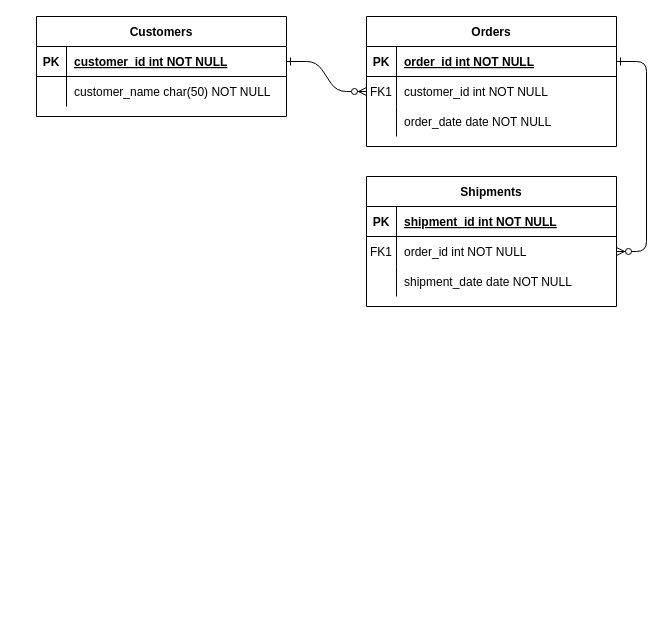
This is Untitled Diagram.drawio from apc518/penguinboys, a draw.io file, before an edit. Source tidied: cells renumbered, new cells numbered last; positions are measured from the earlier drawing's top-left corner, leaving out a move shared by most shapes. Both pictures are drawn from the tidied source at 100%, with x=0, y=0 at pixel (36, 16).
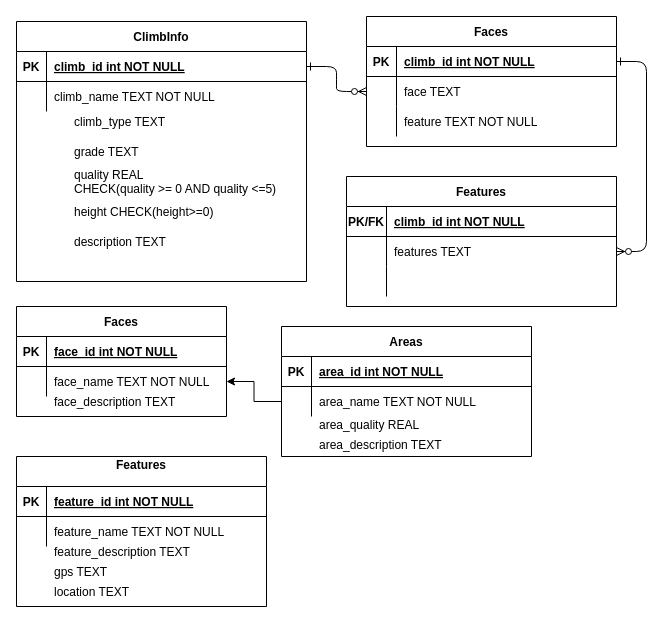
The same diagram, later.

The change refers to these unchanged cells:
```xml
<mxCell id="8" style="shape=partialRectangle;fillColor=none;points=[[0,0.5],[1,0.5]];portConstraint=eastwest;top=0;left=0;right=0;bottom=0;" parent="4" vertex="1">
  <mxGeometry y="60" width="250" height="30" as="geometry" />
</mxCell>
<mxCell id="11" style="shape=partialRectangle;fillColor=none;top=0;left=0;right=0;bottom=0;" parent="4" vertex="1">
  <mxGeometry y="90" width="250" height="30" as="geometry" />
</mxCell>
```

The edit, as a diff of the source:
```diff
@@
-    <mxCell id="4" value="Orders" style="shape=table;startSize=30;childLayout=tableLayout;rowLines=0;fontStyle=1;align=center;" parent="1" vertex="1">
+    <mxCell id="4" value="Faces" style="shape=table;startSize=30;childLayout=tableLayout;rowLines=0;fontStyle=1;align=center;fontColor=default;" parent="1" vertex="1">
       <mxGeometry x="330" width="250" height="130" as="geometry" />
     </mxCell>
-    <mxCell id="5" style="shape=partialRectangle;fillColor=none;points=[[0,0.5],[1,0.5]];portConstraint=eastwest;top=0;left=0;right=0;bottom=1;" parent="4" vertex="1">
+    <mxCell id="5" style="shape=partialRectangle;fillColor=none;points=[[0,0.5],[1,0.5]];portConstraint=eastwest;top=0;left=0;right=0;bottom=1;fontColor=default;" parent="4" vertex="1">
       <mxGeometry y="30" width="250" height="30" as="geometry" />
     </mxCell>
-    <mxCell id="6" value="PK" style="shape=partialRectangle;overflow=hidden;fillColor=none;top=0;left=0;bottom=0;right=0;fontStyle=1;" parent="5" vertex="1">
+    <mxCell id="6" value="PK" style="shape=partialRectangle;overflow=hidden;fillColor=none;top=0;left=0;bottom=0;right=0;fontStyle=1;strokeColor=default;fontColor=default;" parent="5" vertex="1">
       <mxGeometry width="30" height="30" as="geometry" />
     </mxCell>
-    <mxCell id="7" value="order_id int NOT NULL " style="shape=partialRectangle;overflow=hidden;fillColor=none;top=0;left=0;bottom=0;right=0;align=left;spacingLeft=6;fontStyle=5;" parent="5" vertex="1">
+    <mxCell id="7" value="climb_id int NOT NULL " style="shape=partialRectangle;overflow=hidden;fillColor=none;top=0;left=0;bottom=0;right=0;align=left;spacingLeft=6;fontStyle=5;fontColor=default;" parent="5" vertex="1">
       <mxGeometry x="30" width="220" height="30" as="geometry" />
     </mxCell>
@@
-    <mxCell id="9" value="FK1" style="shape=partialRectangle;overflow=hidden;fillColor=none;top=0;left=0;bottom=0;right=0;" parent="8" vertex="1">
+    <mxCell id="9" style="shape=partialRectangle;overflow=hidden;fillColor=none;top=0;left=0;bottom=0;right=0;strokeColor=default;fontColor=default;" parent="8" vertex="1">
       <mxGeometry width="30" height="30" as="geometry" />
     </mxCell>
-    <mxCell id="10" value="customer_id int NOT NULL" style="shape=partialRectangle;overflow=hidden;fillColor=none;top=0;left=0;bottom=0;right=0;align=left;spacingLeft=6;" parent="8" vertex="1">
+    <mxCell id="10" value="face TEXT" style="shape=partialRectangle;overflow=hidden;fillColor=none;top=0;left=0;bottom=0;right=0;align=left;spacingLeft=6;fontColor=default;" parent="8" vertex="1">
       <mxGeometry x="30" width="220" height="30" as="geometry" />
     </mxCell>
@@
-    <mxCell id="13" value="order_date date NOT NULL" style="shape=partialRectangle;overflow=hidden;fillColor=none;top=0;left=0;bottom=0;right=0;align=left;spacingLeft=6;" parent="11" vertex="1">
+    <mxCell id="13" value="feature TEXT NOT NULL" style="shape=partialRectangle;overflow=hidden;fillColor=none;top=0;left=0;bottom=0;right=0;align=left;spacingLeft=6;strokeColor=default;fontColor=default;" parent="11" vertex="1">
       <mxGeometry x="30" width="220" height="30" as="geometry" />
     </mxCell>
-    <mxCell id="14" value="Shipments" style="shape=table;startSize=30;childLayout=tableLayout;rowLines=0;fontStyle=1;align=center;" parent="1" vertex="1">
-      <mxGeometry x="330" y="160" width="250" height="130" as="geometry" />
+    <mxCell id="14" value="Features" style="shape=table;startSize=30;childLayout=tableLayout;rowLines=0;fontStyle=1;align=center;fontColor=default;fillColor=default;strokeColor=default;" parent="1" vertex="1">
+      <mxGeometry x="310" y="160" width="270" height="130" as="geometry" />
     </mxCell>
-    <mxCell id="15" style="shape=partialRectangle;fillColor=none;top=0;left=0;right=0;bottom=1;" parent="14" vertex="1">
-      <mxGeometry y="30" width="250" height="30" as="geometry" />
+    <mxCell id="15" style="shape=partialRectangle;fillColor=none;top=0;left=0;right=0;bottom=1;fontColor=default;" parent="14" vertex="1">
+      <mxGeometry y="30" width="270" height="30" as="geometry" />
     </mxCell>
-    <mxCell id="16" value="PK" style="shape=partialRectangle;overflow=hidden;fillColor=none;top=0;left=0;bottom=0;right=0;fontStyle=1;" parent="15" vertex="1">
-      <mxGeometry width="30" height="30" as="geometry" />
+    <mxCell id="16" value="PK/FK" style="shape=partialRectangle;overflow=hidden;fillColor=none;top=0;left=0;bottom=0;right=0;fontStyle=1;fontColor=default;" parent="15" vertex="1">
+      <mxGeometry width="40" height="30" as="geometry" />
     </mxCell>
-    <mxCell id="17" value="shipment_id int NOT NULL " style="shape=partialRectangle;overflow=hidden;fillColor=none;top=0;left=0;bottom=0;right=0;align=left;spacingLeft=6;fontStyle=5;" parent="15" vertex="1">
-      <mxGeometry x="30" width="220" height="30" as="geometry" />
+    <mxCell id="17" value="climb_id int NOT NULL " style="shape=partialRectangle;overflow=hidden;fillColor=none;top=0;left=0;bottom=0;right=0;align=left;spacingLeft=6;fontStyle=5;fontColor=default;" parent="15" vertex="1">
+      <mxGeometry x="40" width="230" height="30" as="geometry" />
     </mxCell>
     <mxCell id="18" style="shape=partialRectangle;fillColor=none;points=[[0,0.5],[1,0.5]];portConstraint=eastwest;top=0;left=0;right=0;bottom=0;" parent="14" vertex="1">
-      <mxGeometry y="60" width="250" height="30" as="geometry" />
+      <mxGeometry y="60" width="270" height="30" as="geometry" />
     </mxCell>
-    <mxCell id="19" value="FK1" style="shape=partialRectangle;overflow=hidden;fillColor=none;top=0;left=0;bottom=0;right=0;" parent="18" vertex="1">
-      <mxGeometry width="30" height="30" as="geometry" />
+    <mxCell id="19" style="shape=partialRectangle;overflow=hidden;fillColor=none;top=0;left=0;bottom=0;right=0;fontColor=default;" parent="18" vertex="1">
+      <mxGeometry width="40" height="30" as="geometry" />
     </mxCell>
-    <mxCell id="20" value="order_id int NOT NULL" style="shape=partialRectangle;overflow=hidden;fillColor=none;top=0;left=0;bottom=0;right=0;align=left;spacingLeft=6;" parent="18" vertex="1">
-      <mxGeometry x="30" width="220" height="30" as="geometry" />
+    <mxCell id="20" value="features TEXT" style="shape=partialRectangle;overflow=hidden;fillColor=none;top=0;left=0;bottom=0;right=0;align=left;spacingLeft=6;fontColor=default;" parent="18" vertex="1">
+      <mxGeometry x="40" width="230" height="30" as="geometry" />
     </mxCell>
     <mxCell id="21" style="shape=partialRectangle;fillColor=none;top=0;left=0;right=0;bottom=0;" parent="14" vertex="1">
-      <mxGeometry y="90" width="250" height="30" as="geometry" />
+      <mxGeometry y="90" width="270" height="30" as="geometry" />
     </mxCell>
     <mxCell id="22" style="shape=partialRectangle;overflow=hidden;fillColor=none;top=0;left=0;bottom=0;right=0;" parent="21" vertex="1">
-      <mxGeometry width="30" height="30" as="geometry" />
+      <mxGeometry width="40" height="30" as="geometry" />
     </mxCell>
-    <mxCell id="23" value="shipment_date date NOT NULL" style="shape=partialRectangle;overflow=hidden;fillColor=none;top=0;left=0;bottom=0;right=0;align=left;spacingLeft=6;" parent="21" vertex="1">
-      <mxGeometry x="30" width="220" height="30" as="geometry" />
+    <mxCell id="23" style="shape=partialRectangle;overflow=hidden;fillColor=none;top=0;left=0;bottom=0;right=0;align=left;spacingLeft=6;fontColor=default;" parent="21" vertex="1">
+      <mxGeometry x="40" width="230" height="30" as="geometry" />
     </mxCell>
-    <mxCell id="24" value="Customers" style="shape=table;startSize=30;childLayout=tableLayout;rowLines=0;fontStyle=1;align=center;" parent="1" vertex="1">
-      <mxGeometry width="250" height="100" as="geometry" />
+    <mxCell id="24" value="ClimbInfo" style="shape=table;startSize=30;childLayout=tableLayout;rowLines=0;fontStyle=1;align=center;fontColor=default;fillColor=default;strokeColor=default;" parent="1" vertex="1">
+      <mxGeometry x="-20" y="5" width="290" height="260" as="geometry" />
     </mxCell>
-    <mxCell id="25" style="shape=partialRectangle;fillColor=none;points=[[0,0.5],[1,0.5]];portConstraint=eastwest;top=0;left=0;right=0;bottom=1;" parent="24" vertex="1">
-      <mxGeometry y="30" width="250" height="30" as="geometry" />
+    <mxCell id="25" style="shape=partialRectangle;fillColor=none;points=[[0,0.5],[1,0.5]];portConstraint=eastwest;top=0;left=0;right=0;bottom=1;fontColor=default;" parent="24" vertex="1">
+      <mxGeometry y="30" width="290" height="30" as="geometry" />
     </mxCell>
@@
-    <mxCell id="27" value="customer_id int NOT NULL " style="shape=partialRectangle;overflow=hidden;fillColor=none;top=0;left=0;bottom=0;right=0;align=left;spacingLeft=6;fontStyle=5;" parent="25" vertex="1">
-      <mxGeometry x="30" width="220" height="30" as="geometry" />
+    <mxCell id="27" value="climb_id int NOT NULL " style="shape=partialRectangle;overflow=hidden;fillColor=none;top=0;left=0;bottom=0;right=0;align=left;spacingLeft=6;fontStyle=5;fontColor=default;" parent="25" vertex="1">
+      <mxGeometry x="30" width="260" height="30" as="geometry" />
     </mxCell>
     <mxCell id="28" style="shape=partialRectangle;fillColor=none;top=0;left=0;right=0;bottom=0;" parent="24" vertex="1">
-      <mxGeometry y="60" width="250" height="30" as="geometry" />
+      <mxGeometry y="60" width="290" height="30" as="geometry" />
     </mxCell>
@@
-    <mxCell id="30" value="customer_name char(50) NOT NULL" style="shape=partialRectangle;overflow=hidden;fillColor=none;top=0;left=0;bottom=0;right=0;align=left;spacingLeft=6;" parent="28" vertex="1">
-      <mxGeometry x="30" width="220" height="30" as="geometry" />
+    <mxCell id="30" value="climb_name TEXT NOT NULL" style="shape=partialRectangle;overflow=hidden;fillColor=none;top=0;left=0;bottom=0;right=0;align=left;spacingLeft=6;fontColor=default;" parent="28" vertex="1">
+      <mxGeometry x="30" width="260" height="30" as="geometry" />
     </mxCell>
+    <mxCell id="31" value="climb_type TEXT" style="shape=partialRectangle;overflow=hidden;fillColor=none;top=0;left=0;bottom=0;right=0;align=left;spacingLeft=6;fontColor=default;strokeColor=default;" parent="1" vertex="1">
+      <mxGeometry x="30" y="90" width="220" height="30" as="geometry" />
+    </mxCell>
+    <mxCell id="32" value="grade TEXT" style="shape=partialRectangle;overflow=hidden;fillColor=none;top=0;left=0;bottom=0;right=0;align=left;spacingLeft=6;fontColor=default;strokeColor=default;" parent="1" vertex="1">
+      <mxGeometry x="30" y="120" width="220" height="30" as="geometry" />
+    </mxCell>
+    <mxCell id="33" value="quality REAL &#10;CHECK(quality &gt;= 0 AND quality &lt;=5)" style="shape=partialRectangle;overflow=hidden;fillColor=none;top=0;left=0;bottom=0;right=0;align=left;spacingLeft=6;fontColor=default;strokeColor=default;" parent="1" vertex="1">
+      <mxGeometry x="30" y="150" width="290" height="30" as="geometry" />
+    </mxCell>
+    <mxCell id="34" value="height CHECK(height&gt;=0)" style="shape=partialRectangle;overflow=hidden;fillColor=none;top=0;left=0;bottom=0;right=0;align=left;spacingLeft=6;fontColor=default;strokeColor=default;" parent="1" vertex="1">
+      <mxGeometry x="30" y="180" width="220" height="30" as="geometry" />
+    </mxCell>
+    <mxCell id="35" value="description TEXT" style="shape=partialRectangle;overflow=hidden;fillColor=none;top=0;left=0;bottom=0;right=0;align=left;spacingLeft=6;fontColor=default;strokeColor=default;" parent="1" vertex="1">
+      <mxGeometry x="30" y="210" width="220" height="30" as="geometry" />
+    </mxCell>
+    <mxCell id="36" value="Faces" style="shape=table;startSize=30;childLayout=tableLayout;rowLines=0;fontStyle=1;align=center;fontColor=default;fillColor=default;strokeColor=default;" parent="1" vertex="1">
+      <mxGeometry x="-20" y="290" width="210" height="110" as="geometry" />
+    </mxCell>
+    <mxCell id="37" style="shape=partialRectangle;fillColor=none;top=0;left=0;right=0;bottom=1;fontColor=default;" parent="36" vertex="1">
+      <mxGeometry y="30" width="210" height="30" as="geometry" />
+    </mxCell>
+    <mxCell id="38" value="PK" style="shape=partialRectangle;overflow=hidden;fillColor=none;top=0;left=0;bottom=0;right=0;fontStyle=1;" parent="37" vertex="1">
+      <mxGeometry width="30" height="30" as="geometry" />
+    </mxCell>
+    <mxCell id="39" value="face_id int NOT NULL " style="shape=partialRectangle;overflow=hidden;fillColor=none;top=0;left=0;bottom=0;right=0;align=left;spacingLeft=6;fontStyle=5;fontColor=default;" parent="37" vertex="1">
+      <mxGeometry x="30" width="180" height="30" as="geometry" />
+    </mxCell>
+    <mxCell id="40" style="shape=partialRectangle;fillColor=none;points=[[0,0.5],[1,0.5]];portConstraint=eastwest;top=0;left=0;right=0;bottom=0;" parent="36" vertex="1">
+      <mxGeometry y="60" width="210" height="30" as="geometry" />
+    </mxCell>
+    <mxCell id="41" style="shape=partialRectangle;overflow=hidden;fillColor=none;top=0;left=0;bottom=0;right=0;" parent="40" vertex="1">
+      <mxGeometry width="30" height="30" as="geometry" />
+    </mxCell>
+    <mxCell id="42" value="face_name TEXT NOT NULL" style="shape=partialRectangle;overflow=hidden;fillColor=none;top=0;left=0;bottom=0;right=0;align=left;spacingLeft=6;fontColor=default;strokeColor=default;" parent="40" vertex="1">
+      <mxGeometry x="30" width="180" height="30" as="geometry" />
+    </mxCell>
+    <mxCell id="43" value="face_description TEXT" style="shape=partialRectangle;overflow=hidden;fillColor=none;top=0;left=0;bottom=0;right=0;align=left;spacingLeft=6;fontColor=default;strokeColor=default;" parent="1" vertex="1">
+      <mxGeometry x="10" y="370" width="180" height="30" as="geometry" />
+    </mxCell>
+    <mxCell id="44" value="Features&#10;" style="shape=table;startSize=30;childLayout=tableLayout;rowLines=0;fontStyle=1;align=center;fontColor=default;fillColor=default;strokeColor=default;" parent="1" vertex="1">
+      <mxGeometry x="-20" y="440" width="250" height="150" as="geometry" />
+    </mxCell>
+    <mxCell id="45" style="shape=partialRectangle;fillColor=none;top=0;left=0;right=0;bottom=1;fontColor=default;" parent="44" vertex="1">
+      <mxGeometry y="30" width="250" height="30" as="geometry" />
+    </mxCell>
+    <mxCell id="46" value="PK" style="shape=partialRectangle;overflow=hidden;fillColor=none;top=0;left=0;bottom=0;right=0;fontStyle=1;" parent="45" vertex="1">
+      <mxGeometry width="30" height="30" as="geometry" />
+    </mxCell>
+    <mxCell id="47" value="feature_id int NOT NULL " style="shape=partialRectangle;overflow=hidden;fillColor=none;top=0;left=0;bottom=0;right=0;align=left;spacingLeft=6;fontStyle=5;fontColor=default;" parent="45" vertex="1">
+      <mxGeometry x="30" width="220" height="30" as="geometry" />
+    </mxCell>
+    <mxCell id="48" style="shape=partialRectangle;fillColor=none;top=0;left=0;right=0;bottom=0;" parent="44" vertex="1">
+      <mxGeometry y="60" width="250" height="30" as="geometry" />
+    </mxCell>
+    <mxCell id="49" style="shape=partialRectangle;overflow=hidden;fillColor=none;top=0;left=0;bottom=0;right=0;" parent="48" vertex="1">
+      <mxGeometry width="30" height="30" as="geometry" />
+    </mxCell>
+    <mxCell id="50" value="feature_name TEXT NOT NULL" style="shape=partialRectangle;overflow=hidden;fillColor=none;top=0;left=0;bottom=0;right=0;align=left;spacingLeft=6;fontColor=default;strokeColor=default;" parent="48" vertex="1">
+      <mxGeometry x="30" width="220" height="30" as="geometry" />
+    </mxCell>
+    <mxCell id="51" value="feature_description TEXT" style="shape=partialRectangle;overflow=hidden;fillColor=none;top=0;left=0;bottom=0;right=0;align=left;spacingLeft=6;fontStyle=0;fontColor=default;strokeColor=default;" parent="1" vertex="1">
+      <mxGeometry x="10" y="520" width="210" height="30" as="geometry" />
+    </mxCell>
+    <mxCell id="52" value="Areas" style="shape=table;startSize=30;childLayout=tableLayout;rowLines=0;fontStyle=1;align=center;fontColor=default;fillColor=default;strokeColor=default;" parent="1" vertex="1">
+      <mxGeometry x="245" y="310" width="250" height="130" as="geometry" />
+    </mxCell>
+    <mxCell id="53" style="shape=partialRectangle;fillColor=none;top=0;left=0;right=0;bottom=1;fontColor=default;" parent="52" vertex="1">
+      <mxGeometry y="30" width="250" height="30" as="geometry" />
+    </mxCell>
+    <mxCell id="54" value="PK" style="shape=partialRectangle;overflow=hidden;fillColor=none;top=0;left=0;bottom=0;right=0;fontStyle=1;" parent="53" vertex="1">
+      <mxGeometry width="30" height="30" as="geometry" />
+    </mxCell>
+    <mxCell id="55" value="area_id int NOT NULL " style="shape=partialRectangle;overflow=hidden;fillColor=none;top=0;left=0;bottom=0;right=0;align=left;spacingLeft=6;fontStyle=5;fontColor=default;" parent="53" vertex="1">
+      <mxGeometry x="30" width="220" height="30" as="geometry" />
+    </mxCell>
+    <mxCell id="56" style="shape=partialRectangle;fillColor=none;points=[[0,0.5],[1,0.5]];portConstraint=eastwest;top=0;left=0;right=0;bottom=0;" parent="52" vertex="1">
+      <mxGeometry y="60" width="250" height="30" as="geometry" />
+    </mxCell>
+    <mxCell id="57" style="shape=partialRectangle;overflow=hidden;fillColor=none;top=0;left=0;bottom=0;right=0;" parent="56" vertex="1">
+      <mxGeometry width="30" height="30" as="geometry" />
+    </mxCell>
+    <mxCell id="58" value="area_name TEXT NOT NULL" style="shape=partialRectangle;overflow=hidden;fillColor=none;top=0;left=0;bottom=0;right=0;align=left;spacingLeft=6;fontColor=default;strokeColor=default;" parent="56" vertex="1">
+      <mxGeometry x="30" width="220" height="30" as="geometry" />
+    </mxCell>
+    <mxCell id="59" value="area_quality REAL&#10;" style="shape=partialRectangle;overflow=hidden;fillColor=none;top=0;left=0;bottom=0;right=0;align=left;spacingLeft=6;fontColor=default;strokeColor=default;" parent="1" vertex="1">
+      <mxGeometry x="275" y="400" width="220" height="20" as="geometry" />
+    </mxCell>
+    <mxCell id="60" style="edgeStyle=orthogonalEdgeStyle;rounded=0;jettySize=auto;html=1;fontColor=default;" parent="1" edge="1" source="56" target="40">
+      <mxGeometry relative="1" as="geometry" />
+    </mxCell>
+    <mxCell id="61" value="gps TEXT" style="shape=partialRectangle;overflow=hidden;fillColor=none;top=0;left=0;bottom=0;right=0;align=left;spacingLeft=6;fontStyle=0;fontColor=default;strokeColor=default;" parent="1" vertex="1">
+      <mxGeometry x="10" y="540" width="210" height="30" as="geometry" />
+    </mxCell>
+    <mxCell id="62" value="location TEXT" style="shape=partialRectangle;overflow=hidden;fillColor=none;top=0;left=0;bottom=0;right=0;align=left;spacingLeft=6;fontStyle=0;fontColor=default;strokeColor=default;" parent="1" vertex="1">
+      <mxGeometry x="10" y="560" width="210" height="30" as="geometry" />
+    </mxCell>
+    <mxCell id="63" value="area_description TEXT&#10;&#10;" style="shape=partialRectangle;overflow=hidden;fillColor=none;top=0;left=0;bottom=0;right=0;align=left;spacingLeft=6;fontColor=default;strokeColor=default;" parent="1" vertex="1">
+      <mxGeometry x="275" y="420" width="220" height="20" as="geometry" />
+    </mxCell>
```
